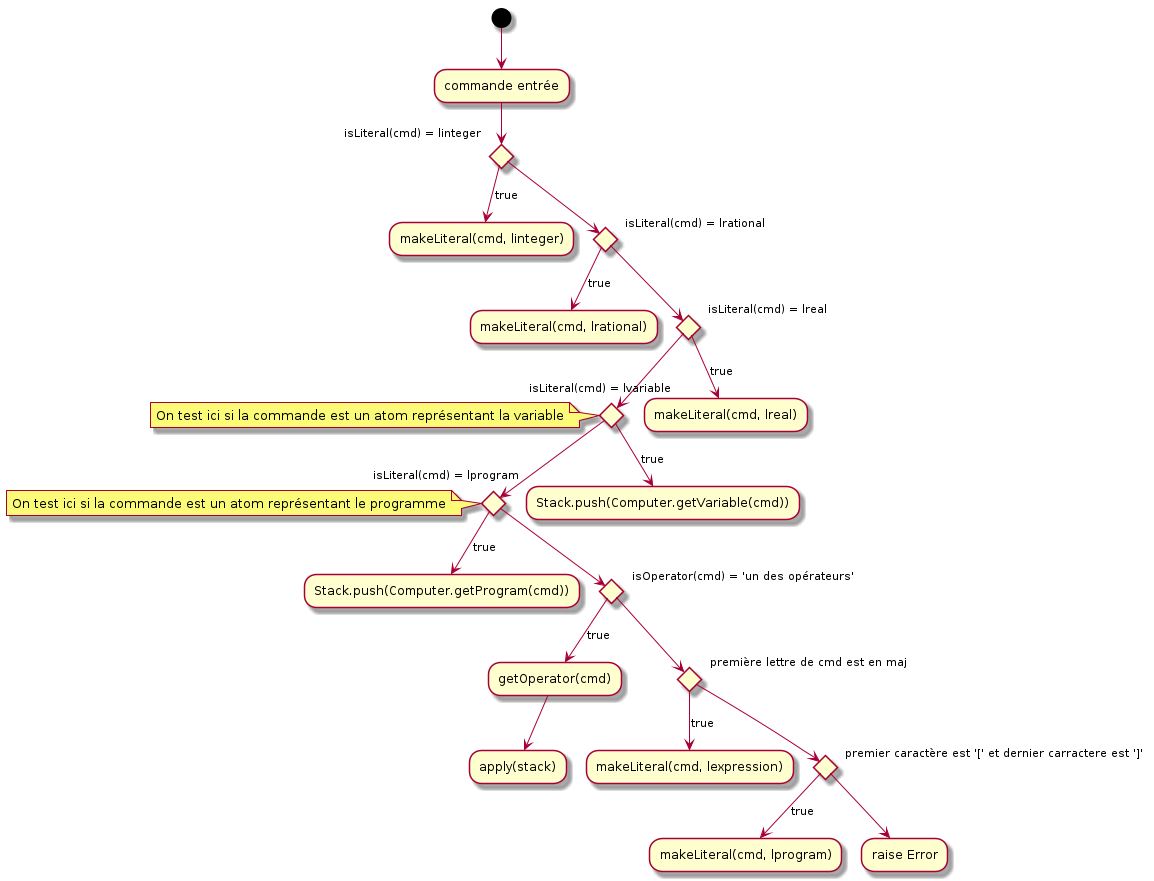
Above: UML/activiteTraitementCommande.png in pltheoclement/LO21 (PlantUML), before the change.
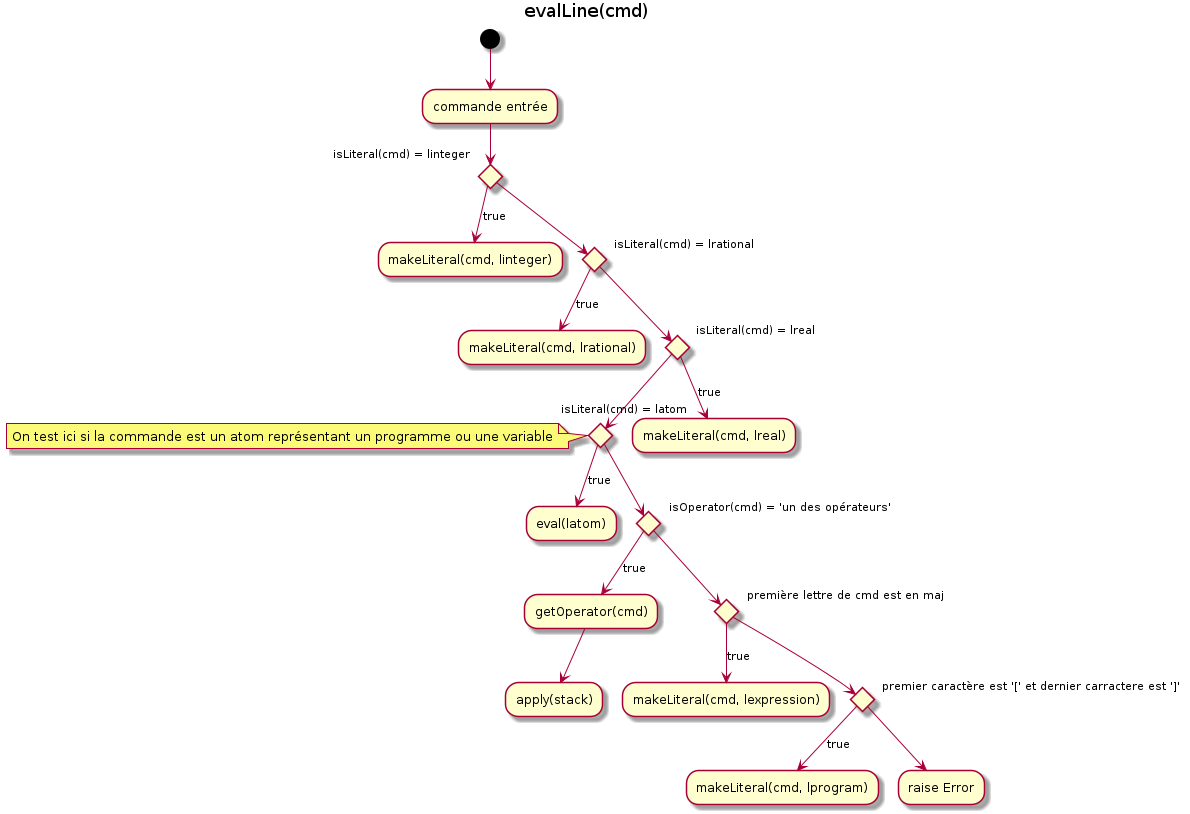
Later version of the same file.

What changed in the source:
```diff
@@ -1,4 +1,5 @@
 @startuml
+title evalLine(cmd)
 (*) --> "commande entrée"
 if "isLiteral(cmd) = linteger" then
   -->[true] "makeLiteral(cmd, linteger)"
@@ -9,13 +10,9 @@
     if "isLiteral(cmd) = lreal" then
       -->[true] "makeLiteral(cmd, lreal)"
     else
-      if "isLiteral(cmd) = lvariable" then
-      note left: On test ici si la commande est un atom représentant la variable
-        -->[true] "Stack.push(Computer.getVariable(cmd))"
-      else
-        if "isLiteral(cmd) = lprogram" then
-        note left: On test ici si la commande est un atom représentant le programme
-          -->[true] "Stack.push(Computer.getProgram(cmd))"
+        if "isLiteral(cmd) = latom" then
+        note left: On test ici si la commande est un atom représentant un programme ou une variable
+          -->[true] "eval(latom)"
         else
           if "isOperator(cmd) = 'un des opérateurs'" then
             -->[true] "getOperator(cmd)"
@@ -30,7 +27,6 @@
                 --> "raise Error"
               endif
             endif
-          endif
         endif
       endif
     endif
```
